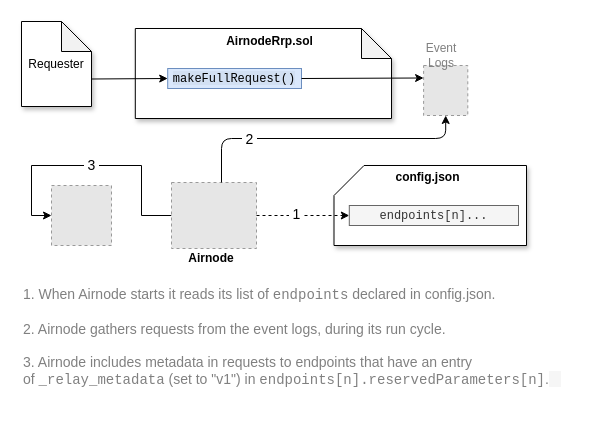
Earlier version of the draw.io diagram docs/airnode/v1.0/assets/diagrams/concepts-relay-metadata.drawio (api3dao/old-api3-docs). Source tidied: cells renumbered, new cells numbered last; positions are measured from the earlier drawing's top-left corner, leaving out a move shared by most shapes. Both pictures are drawn from the tidied source at 100%, with x=0, y=0 at pixel (21, 21). Pictures stored in the file or linked from it are replaced by grey dashed boxes.
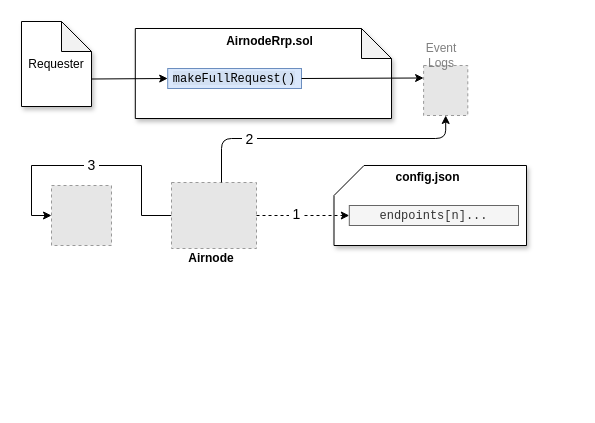
The same page after the edit.

What changed in the source:
```diff
@@
-    <mxCell id="15" value="&lt;font style=&quot;font-size: 14px&quot; color=&quot;#808080&quot;&gt;&lt;font style=&quot;font-size: 14px&quot;&gt;1. When Airnode starts it reads its list of &lt;font face=&quot;Courier New&quot;&gt;endpoints&lt;/font&gt; declared in config.json.&lt;br&gt;&lt;br&gt;2. Airnode gathers requests from the event logs, during its run cycle.&lt;br&gt;&lt;br&gt;3. Airnode includes metadata in requests to endpoints that have an entry of&amp;nbsp;&lt;font face=&quot;Courier New&quot;&gt;_relay_metadata&lt;/font&gt;&amp;nbsp;(set to &quot;v1&quot;) in &lt;font face=&quot;Courier New&quot;&gt;endpoints[n].reservedParameters[n]&lt;/font&gt;.&lt;/font&gt;&lt;span style=&quot;background-color: rgba(29 , 28 , 29 , 0.04)&quot;&gt;&lt;font style=&quot;font-size: 14px&quot;&gt;&amp;nbsp; &amp;nbsp;&lt;/font&gt;&lt;/span&gt;&lt;/font&gt;&lt;font style=&quot;font-size: 14px&quot; color=&quot;#808080&quot;&gt;&lt;br&gt;&lt;/font&gt;" style="text;html=1;strokeColor=none;fillColor=none;align=left;verticalAlign=top;whiteSpace=wrap;rounded=0;shadow=1;sketch=0;" parent="1" vertex="1">
-      <mxGeometry y="258" width="550" height="119" as="geometry" />
-    </mxCell>
```
